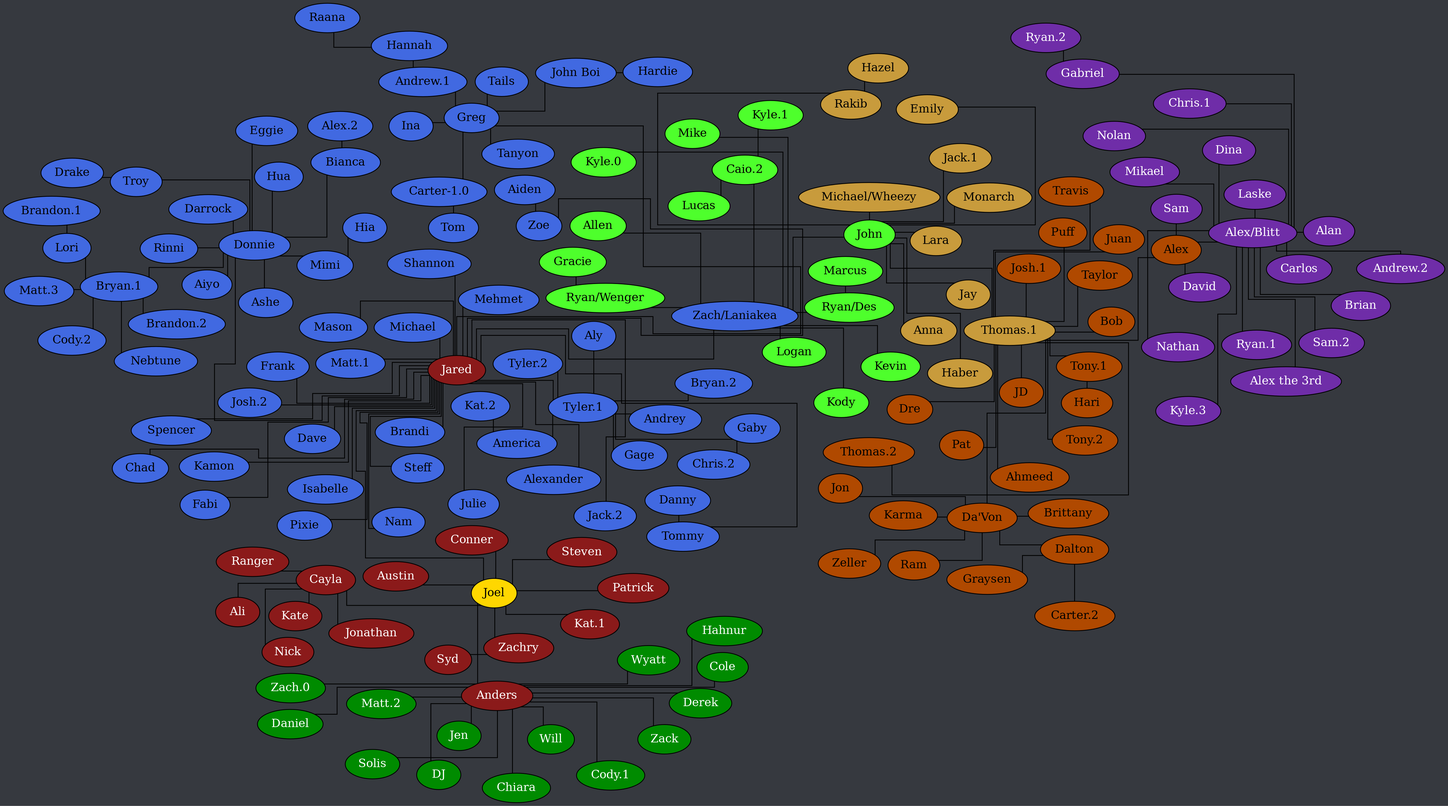
Documidas/CoronaCatzFamilyTree keeps this Graphviz diagram as tree.png. Above is the earlier version. Its source is kept beside it as tree.dot.
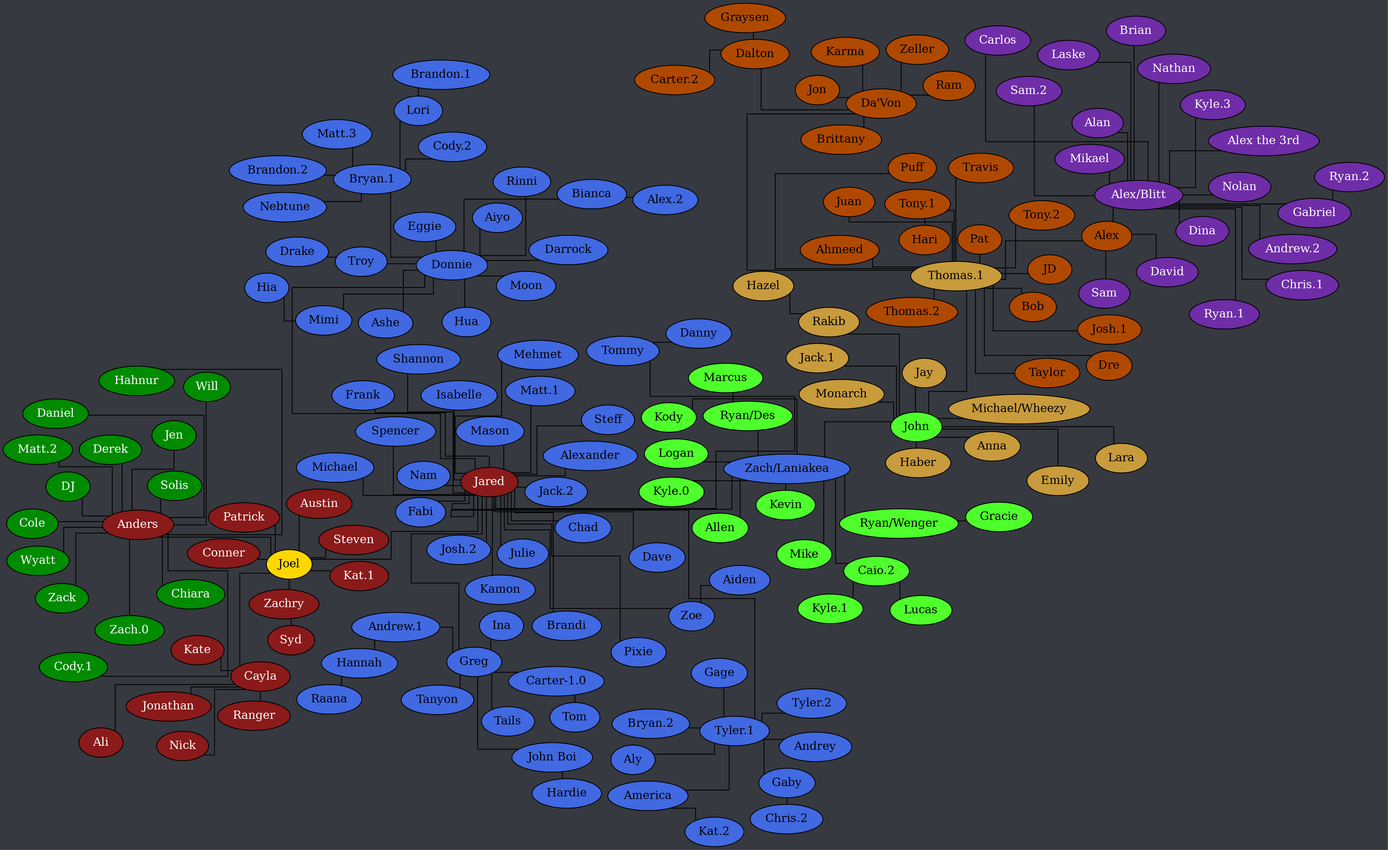
The same diagram one commit later.

The edit, as a diff of the source:
```diff
@@ -71,6 +71,7 @@
 		Donnie -- Eggie;
 		Donnie -- Hua;
 		Donnie -- Mimi;
+		Donnie -- Moon;
 		Donnie -- Rinni;
 		Donnie -- Troy;
 		Gaby -- "Chris.2";
```
